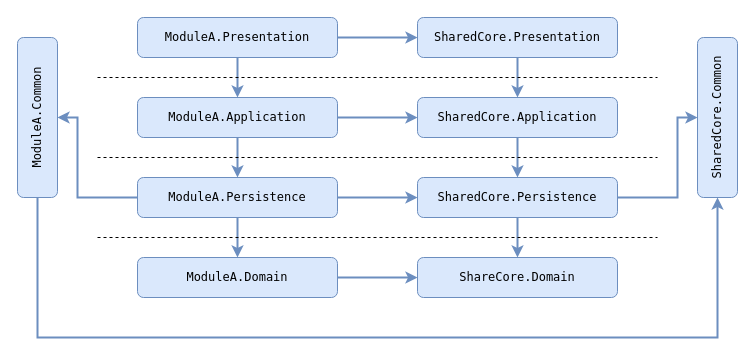
The draw.io diagram docs/ProjectsReferences.drawio in p-martinho/Minimal.Api.Template, before the edit. Source tidied: cells renumbered, new cells numbered last; positions are measured from the earlier drawing's top-left corner, leaving out a move shared by most shapes. Both pictures are drawn from the tidied source at 100%, with x=0, y=0 at pixel (-43, 17).
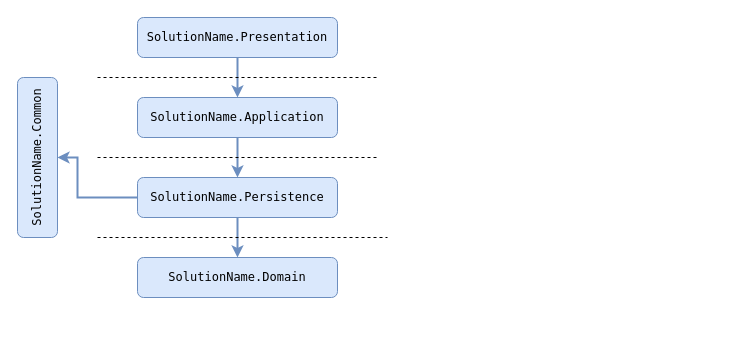
After the change.

Diff of the diagram source:
```diff
@@
-    <mxCell id="3" style="edgeStyle=orthogonalEdgeStyle;rounded=0;jettySize=auto;html=1;exitX=1;exitY=0.5;exitDx=0;exitDy=0;entryX=0;entryY=0.5;entryDx=0;entryDy=0;fillColor=#dae8fc;strokeColor=#6c8ebf;shadow=0;fontFamily=Lucida Console;strokeWidth=2;" parent="1" edge="1" source="4" target="6">
-      <mxGeometry relative="1" as="geometry" />
-    </mxCell>
-    <mxCell id="4" value="ModuleA.Presentation" style="rounded=1;whiteSpace=wrap;html=1;fillColor=#dae8fc;strokeColor=#6c8ebf;shadow=0;fontFamily=Lucida Console;" parent="1" vertex="1">
+    <mxCell id="4" value="SolutionName.Presentation" style="rounded=1;whiteSpace=wrap;html=1;fillColor=#dae8fc;strokeColor=#6c8ebf;shadow=0;fontFamily=Lucida Console;" parent="1" vertex="1">
       <mxGeometry x="180" width="200" height="40" as="geometry" />
     </mxCell>
-    <mxCell id="5" style="edgeStyle=orthogonalEdgeStyle;rounded=0;jettySize=auto;html=1;fillColor=#dae8fc;strokeColor=#6c8ebf;shadow=0;fontFamily=Lucida Console;strokeWidth=2;" parent="1" edge="1" source="6" target="18">
-      <mxGeometry relative="1" as="geometry" />
-    </mxCell>
-    <mxCell id="6" value="SharedCore.Presentation" style="rounded=1;whiteSpace=wrap;html=1;fillColor=#dae8fc;strokeColor=#6c8ebf;shadow=0;fontFamily=Lucida Console;" parent="1" vertex="1">
-      <mxGeometry x="460" width="200" height="40" as="geometry" />
-    </mxCell>
@@
-    <mxCell id="8" style="edgeStyle=orthogonalEdgeStyle;rounded=0;jettySize=auto;html=1;entryX=0;entryY=0.5;entryDx=0;entryDy=0;fillColor=#dae8fc;strokeColor=#6c8ebf;shadow=0;fontFamily=Lucida Console;strokeWidth=2;" parent="1" edge="1" source="9" target="18">
-      <mxGeometry relative="1" as="geometry" />
-    </mxCell>
-    <mxCell id="9" value="ModuleA.Application" style="whiteSpace=wrap;html=1;rounded=1;fillColor=#dae8fc;strokeColor=#6c8ebf;shadow=0;fontFamily=Lucida Console;" parent="1" vertex="1">
+    <mxCell id="9" value="SolutionName.Application" style="whiteSpace=wrap;html=1;rounded=1;fillColor=#dae8fc;strokeColor=#6c8ebf;shadow=0;fontFamily=Lucida Console;" parent="1" vertex="1">
       <mxGeometry x="180" y="80" width="200" height="40" as="geometry" />
     </mxCell>
@@
-    <mxCell id="11" style="edgeStyle=orthogonalEdgeStyle;rounded=0;jettySize=auto;html=1;exitX=1;exitY=0.5;exitDx=0;exitDy=0;entryX=0;entryY=0.5;entryDx=0;entryDy=0;fillColor=#dae8fc;strokeColor=#6c8ebf;shadow=0;fontFamily=Lucida Console;strokeWidth=2;" parent="1" edge="1" source="13" target="21">
-      <mxGeometry relative="1" as="geometry" />
-    </mxCell>
     <mxCell id="12" style="edgeStyle=orthogonalEdgeStyle;rounded=0;jettySize=auto;html=1;entryX=0.5;entryY=1;entryDx=0;entryDy=0;fillColor=#dae8fc;strokeColor=#6c8ebf;strokeWidth=2;" parent="1" edge="1" source="13" target="24">
       <mxGeometry relative="1" as="geometry">
         <Array as="points">
           <mxPoint x="120" y="180" />
-          <mxPoint x="120" y="100" />
+          <mxPoint x="120" y="140" />
         </Array>
       </mxGeometry>
     </mxCell>
-    <mxCell id="13" value="ModuleA.Persistence" style="whiteSpace=wrap;html=1;rounded=1;fillColor=#dae8fc;strokeColor=#6c8ebf;shadow=0;fontFamily=Lucida Console;" parent="1" vertex="1">
+    <mxCell id="13" value="SolutionName.Persistence" style="whiteSpace=wrap;html=1;rounded=1;fillColor=#dae8fc;strokeColor=#6c8ebf;shadow=0;fontFamily=Lucida Console;" parent="1" vertex="1">
       <mxGeometry x="180" y="160" width="200" height="40" as="geometry" />
     </mxCell>
-    <mxCell id="14" style="edgeStyle=orthogonalEdgeStyle;rounded=0;jettySize=auto;html=1;fillColor=#dae8fc;strokeColor=#6c8ebf;shadow=0;fontFamily=Lucida Console;strokeWidth=2;" parent="1" edge="1" source="15" target="22">
-      <mxGeometry relative="1" as="geometry" />
-    </mxCell>
-    <mxCell id="15" value="ModuleA.Domain" style="whiteSpace=wrap;html=1;rounded=1;fillColor=#dae8fc;strokeColor=#6c8ebf;shadow=0;fontFamily=Lucida Console;" parent="1" vertex="1">
+    <mxCell id="15" value="SolutionName.Domain" style="whiteSpace=wrap;html=1;rounded=1;fillColor=#dae8fc;strokeColor=#6c8ebf;shadow=0;fontFamily=Lucida Console;" parent="1" vertex="1">
       <mxGeometry x="180" y="240" width="200" height="40" as="geometry" />
     </mxCell>
-    <mxCell id="16" value="SharedCore.Common" style="whiteSpace=wrap;html=1;rounded=1;fillColor=#dae8fc;strokeColor=#6c8ebf;shadow=0;fontFamily=Lucida Console;rotation=-90;" parent="1" vertex="1">
-      <mxGeometry x="680" y="80" width="160" height="40" as="geometry" />
-    </mxCell>
-    <mxCell id="17" style="edgeStyle=orthogonalEdgeStyle;rounded=0;jettySize=auto;html=1;fillColor=#dae8fc;strokeColor=#6c8ebf;shadow=0;fontFamily=Lucida Console;strokeWidth=2;" parent="1" edge="1" source="18" target="21">
-      <mxGeometry relative="1" as="geometry" />
-    </mxCell>
-    <mxCell id="18" value="SharedCore.Application" style="whiteSpace=wrap;html=1;rounded=1;fillColor=#dae8fc;strokeColor=#6c8ebf;shadow=0;fontFamily=Lucida Console;" parent="1" vertex="1">
-      <mxGeometry x="460" y="80" width="200" height="40" as="geometry" />
-    </mxCell>
-    <mxCell id="19" style="edgeStyle=orthogonalEdgeStyle;rounded=0;jettySize=auto;html=1;exitX=0.5;exitY=1;exitDx=0;exitDy=0;fillColor=#dae8fc;strokeColor=#6c8ebf;shadow=0;fontFamily=Lucida Console;strokeWidth=2;" parent="1" edge="1" source="21" target="22">
-      <mxGeometry relative="1" as="geometry" />
-    </mxCell>
-    <mxCell id="20" style="edgeStyle=orthogonalEdgeStyle;rounded=0;jettySize=auto;html=1;entryX=0.5;entryY=0;entryDx=0;entryDy=0;fillColor=#dae8fc;strokeColor=#6c8ebf;strokeWidth=2;" parent="1" edge="1" source="21" target="16">
-      <mxGeometry relative="1" as="geometry">
-        <Array as="points">
-          <mxPoint x="720" y="180" />
-          <mxPoint x="720" y="100" />
-        </Array>
-      </mxGeometry>
-    </mxCell>
-    <mxCell id="21" value="SharedCore.Persistence" style="whiteSpace=wrap;html=1;rounded=1;fillColor=#dae8fc;strokeColor=#6c8ebf;shadow=0;fontFamily=Lucida Console;" parent="1" vertex="1">
-      <mxGeometry x="460" y="160" width="200" height="40" as="geometry" />
-    </mxCell>
-    <mxCell id="22" value="ShareCore.Domain" style="whiteSpace=wrap;html=1;rounded=1;fillColor=#dae8fc;strokeColor=#6c8ebf;shadow=0;fontFamily=Lucida Console;" parent="1" vertex="1">
-      <mxGeometry x="460" y="240" width="200" height="40" as="geometry" />
-    </mxCell>
-    <mxCell id="23" style="edgeStyle=orthogonalEdgeStyle;rounded=0;jettySize=auto;html=1;entryX=0;entryY=0.5;entryDx=0;entryDy=0;fillColor=#dae8fc;strokeColor=#6c8ebf;strokeWidth=2;" parent="1" edge="1" source="24" target="16">
-      <mxGeometry relative="1" as="geometry">
-        <Array as="points">
-          <mxPoint x="80" y="320" />
-          <mxPoint x="760" y="320" />
-        </Array>
-      </mxGeometry>
-    </mxCell>
-    <mxCell id="24" value="ModuleA.Common" style="whiteSpace=wrap;html=1;rounded=1;fillColor=#dae8fc;strokeColor=#6c8ebf;shadow=0;fontFamily=Lucida Console;rotation=-90;" parent="1" vertex="1">
-      <mxGeometry y="80" width="160" height="40" as="geometry" />
+    <mxCell id="24" value="SolutionName.Common" style="whiteSpace=wrap;html=1;rounded=1;fillColor=#dae8fc;strokeColor=#6c8ebf;shadow=0;fontFamily=Lucida Console;rotation=-90;" parent="1" vertex="1">
+      <mxGeometry y="120" width="160" height="40" as="geometry" />
     </mxCell>
     <mxCell id="25" style="endArrow=none;dashed=1;html=1;rounded=0;" parent="1" edge="1">
       <mxGeometry relative="1" as="geometry">
         <mxPoint x="140" y="60" as="sourcePoint" />
-        <mxPoint x="700" y="60" as="targetPoint" />
+        <mxPoint x="420" y="60" as="targetPoint" />
       </mxGeometry>
     </mxCell>
     <mxCell id="26" style="endArrow=none;dashed=1;html=1;rounded=0;" parent="1" edge="1">
       <mxGeometry relative="1" as="geometry">
         <mxPoint x="140" y="140" as="sourcePoint" />
-        <mxPoint x="700" y="140" as="targetPoint" />
+        <mxPoint x="420" y="140" as="targetPoint" />
       </mxGeometry>
     </mxCell>
     <mxCell id="27" style="endArrow=none;dashed=1;html=1;rounded=0;" parent="1" edge="1">
       <mxGeometry relative="1" as="geometry">
         <mxPoint x="140" y="220" as="sourcePoint" />
-        <mxPoint x="700" y="220" as="targetPoint" />
+        <mxPoint x="430" y="220" as="targetPoint" />
       </mxGeometry>
     </mxCell>
```
